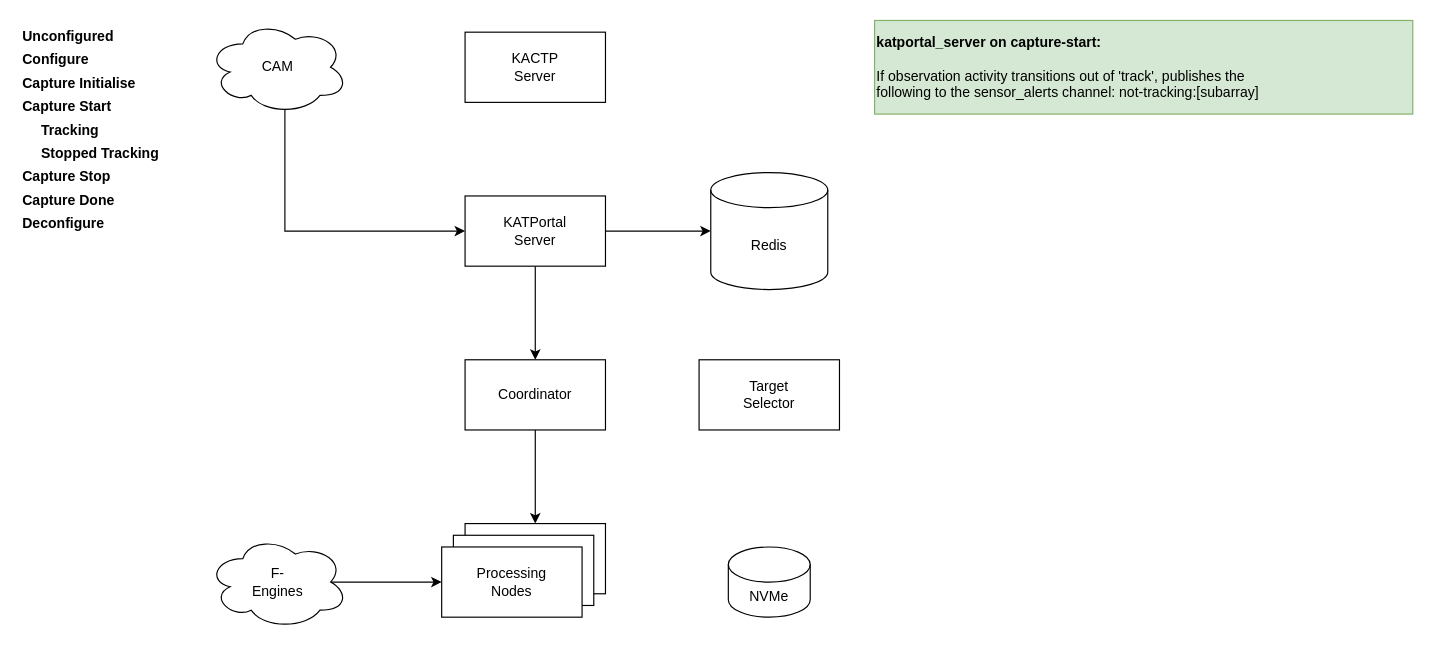
Above: page "tracking_stopped" (5 of 7) of full_diagram.drawio in danielczech/meerkat-diagrams (draw.io), before the change. Source tidied: cells renumbered, new cells numbered last; positions are measured from the earlier drawing's top-left corner, leaving out a move shared by most shapes. Both pictures are drawn from the tidied source at 117%, with x=0, y=0 at pixel (20, 20).
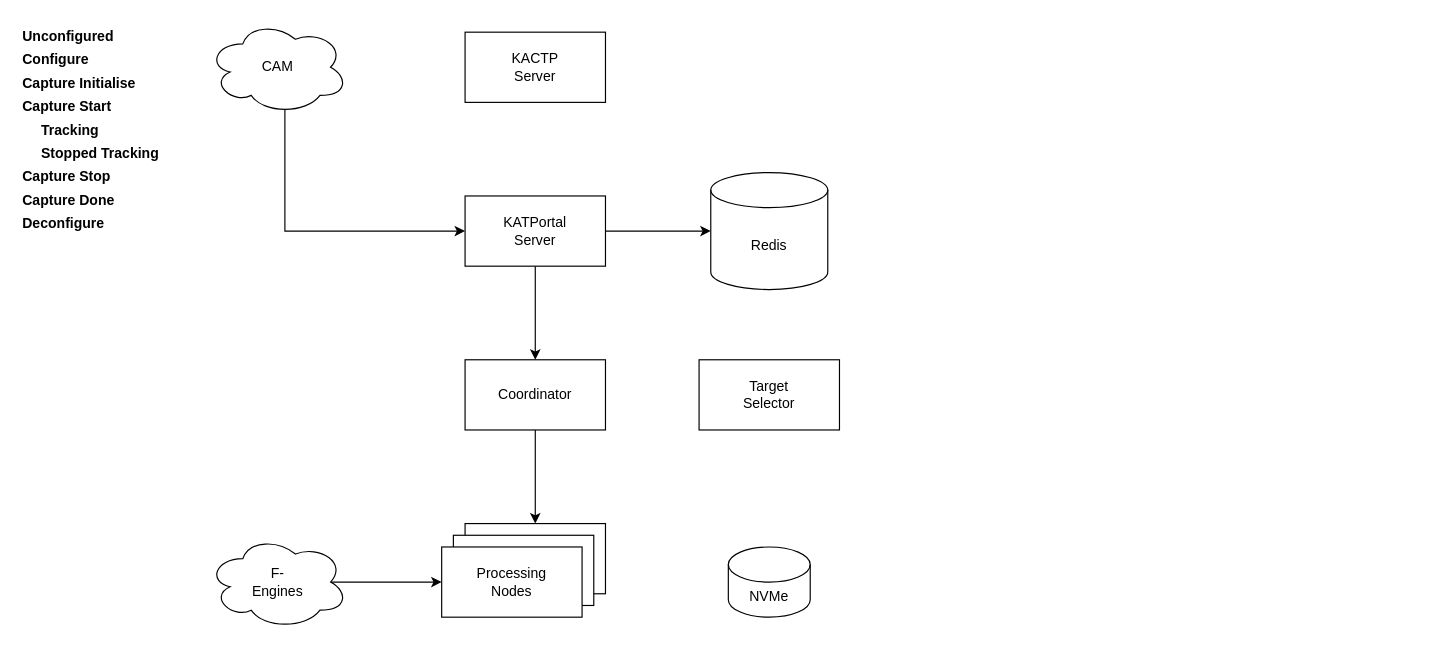
The same page after the edit.

Commit message (it also covers changes not shown here):
Added `capture-stop`

What changed in the source:
```diff
@@
-    <mxCell id="35" parent="0" />
-    <mxCell id="36" value="&lt;div align=&quot;left&quot;&gt;&lt;b&gt;katportal_server on capture-start: &lt;br&gt;&lt;/b&gt;&lt;/div&gt;&lt;div align=&quot;left&quot;&gt;&lt;b&gt;&lt;br&gt;&lt;/b&gt;&lt;/div&gt;If observation activity transitions out of 'track', publishes the &lt;br&gt;following to the sensor_alerts channel: not-tracking:[subarray]&lt;span class=&quot;pl-s&quot;&gt;&lt;span class=&quot;pl-s&quot;&gt;&lt;/span&gt;&lt;/span&gt;" style="rounded=0;whiteSpace=wrap;html=1;align=left;fillColor=#d5e8d4;strokeColor=#82b366;" parent="35" vertex="1">
-      <mxGeometry x="730" width="460" height="80" as="geometry" />
-    </mxCell>
```
